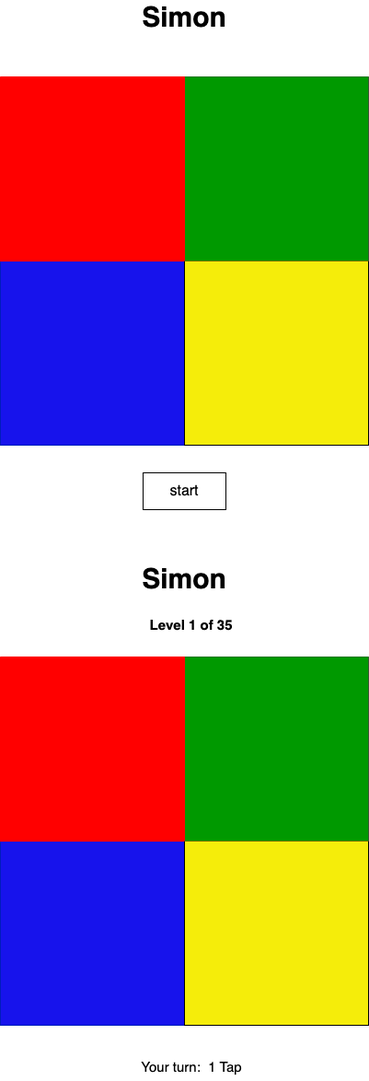
Above: assets/SimonBoard.png in NeeluT/Simon_Game (draw.io), before the change. Source tidied: cells renumbered, new cells last; positions are measured from the earlier drawing's top-left corner, leaving out a move shared by most shapes.
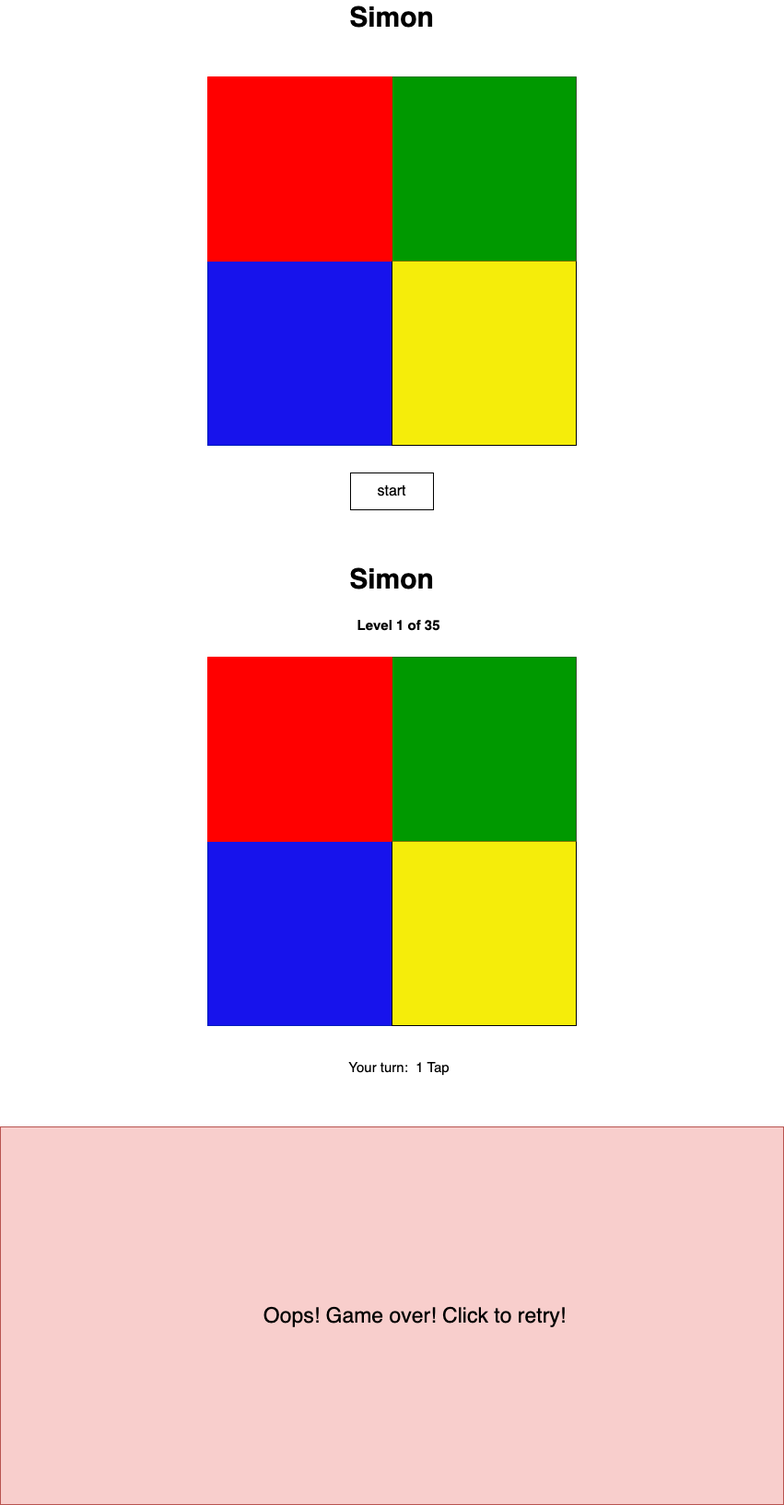
The same diagram one commit later.

Commit message:
Add message to player who wins

The edit, as a diff of the source:
```diff
@@ -1,4 +1,4 @@
-<mxGraphModel>
+<mxGraphModel background="#FFFFFF">
   <root>
     <mxCell id="0" />
     <mxCell id="1" parent="0" />
@@ -56,5 +56,11 @@
     <mxCell id="19" value="Your turn:&amp;nbsp; 1 Tap" style="text;html=1;strokeColor=none;fillColor=none;align=center;verticalAlign=middle;whiteSpace=wrap;rounded=0;fontSize=15;" parent="1" vertex="1">
       <mxGeometry x="147.5" y="1140" width="120" height="30" as="geometry" />
     </mxCell>
+    <mxCell id="20" style="rounded=0;whiteSpace=wrap;html=1;fillColor=#f8cecc;strokeColor=#b85450;" parent="1" vertex="1">
+      <mxGeometry x="-225" y="1220" width="850" height="410" as="geometry" />
+    </mxCell>
+    <mxCell id="21" value="&lt;font style=&quot;font-size: 23px;&quot;&gt;Oops! Game over! Click to retry!&lt;/font&gt;" style="text;html=1;strokeColor=none;fillColor=none;align=center;verticalAlign=middle;whiteSpace=wrap;rounded=0;strokeWidth=3;" parent="1" vertex="1">
+      <mxGeometry x="55" y="1380" width="340" height="90" as="geometry" />
+    </mxCell>
   </root>
 </mxGraphModel>
```
